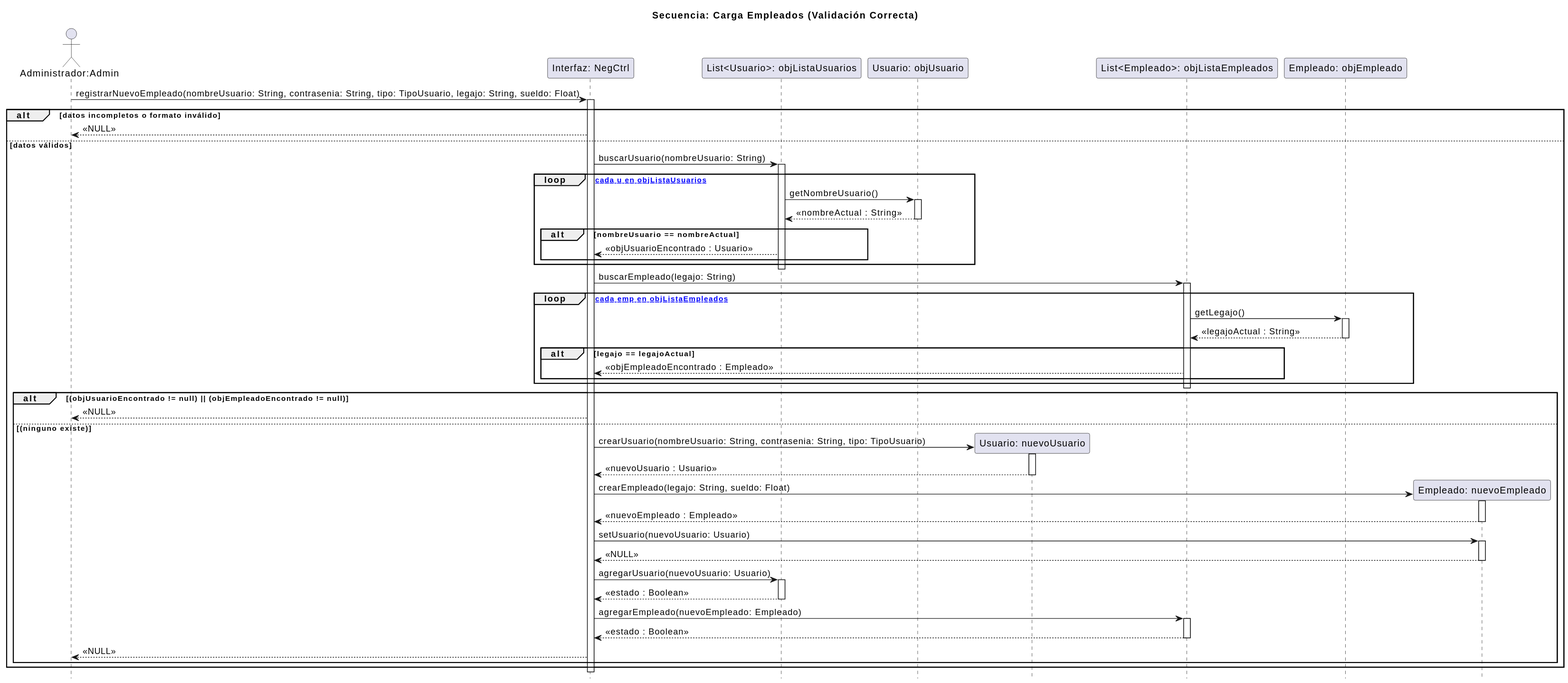
Above: 08 - Diagramas de Secuencia de Diseño/CargaEmpleados/CargaEmpleados.svg in zEzequR/PF-I (PlantUML), before the change.
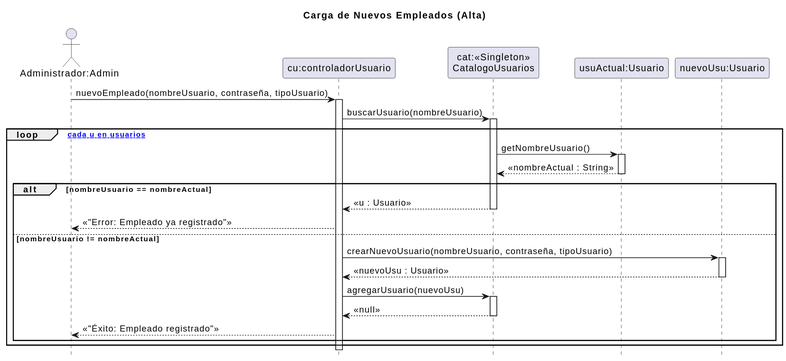
After the change.

Commit message:
Diagrama de diseño-Carga

Change to the diagram source:
```diff
@@ -1,92 +1,51 @@
 @startuml
-title Secuencia: Carga Empleados (Validación Correcta)
+title Carga de Nuevos Empleados (Alta)
 
 hide footbox
 
 actor "Administrador:Admin" as admin
-participant "Interfaz: NegCtrl" as NegCtrl
+participant "cu:controladorUsuario" as ctrl
+participant "cat:<<Singleton>>\nCatalogoUsuarios" as cat
+participant "usuActual:Usuario" as usu_actual
+participant "nuevoUsu:Usuario" as nuevo_usu
 
-participant "List<Usuario>: objListaUsuarios" as listaUser
-participant "Usuario: objUsuario" as user
-participant "Usuario: nuevoUsuario" as newUser
+admin -> ctrl : nuevoEmpleado(nombreUsuario, contraseña, tipoUsuario)
+activate ctrl
 
-participant "List<Empleado>: objListaEmpleados" as listaEmp
-participant "Empleado: objEmpleado" as emp
-participant "Empleado: nuevoEmpleado" as newEmp
+ctrl -> cat : buscarUsuario(nombreUsuario)
+activate cat
 
+loop [para cada u en usuarios]
+    cat -> usu_actual : getNombreUsuario()
+    activate usu_actual
+    usu_actual --> cat : << nombreActual : String >>
+    deactivate usu_actual
 
-admin -> NegCtrl : registrarNuevoEmpleado(nombreUsuario: String, contrasenia: String, tipo: TipoUsuario, legajo: String, sueldo: Float)
-activate NegCtrl
+    alt nombreUsuario == nombreActual
+        cat --> ctrl : << u : Usuario >>
+        deactivate cat
 
-    alt datos incompletos o formato inválido
-        NegCtrl --> admin : <<NULL>>
-    else datos válidos
+        ctrl --> admin : << "Error: Empleado ya registrado" >>
 
-        NegCtrl -> listaUser : buscarUsuario(nombreUsuario: String)
-        activate listaUser
+    else nombreUsuario != nombreActual
 
-        loop [para cada u en objListaUsuarios]
-            listaUser -> user : getNombreUsuario()
-            activate user
-            user --> listaUser : << nombreActual : String >>
-            deactivate user
+        deactivate cat
 
-            alt nombreUsuario == nombreActual
-                listaUser --> NegCtrl : << objUsuarioEncontrado : Usuario >>
-            end
-        end
-        deactivate listaUser
+        ctrl -> nuevo_usu : crearNuevoUsuario(nombreUsuario, contraseña, tipoUsuario)
+        activate nuevo_usu
+        nuevo_usu --> ctrl : << nuevoUsu : Usuario >>
+        deactivate nuevo_usu
 
-        NegCtrl -> listaEmp : buscarEmpleado(legajo: String)
-        activate listaEmp
+        ctrl -> cat : agregarUsuario(nuevoUsu)
+        activate cat
 
-        loop [para cada emp en objListaEmpleados]
-            listaEmp -> emp : getLegajo()
-            activate emp
-            emp --> listaEmp : << legajoActual : String >>
-            deactivate emp
+        cat --> ctrl : << null >>
+        deactivate cat
 
-            alt legajo == legajoActual
-                listaEmp --> NegCtrl : << objEmpleadoEncontrado : Empleado >>
-            end
-        end
-        deactivate listaEmp
-
-        alt (objUsuarioEncontrado != null) || (objEmpleadoEncontrado != null)
-
-            NegCtrl --> admin : <<NULL>>
-
-        else (ninguno existe)
-
-            NegCtrl -> newUser ** : crearUsuario(nombreUsuario: String, contrasenia: String, tipo: TipoUsuario)
-            activate newUser
-            newUser --> NegCtrl : << nuevoUsuario : Usuario >>
-            deactivate newUser
-
-            NegCtrl -> newEmp ** : crearEmpleado(legajo: String, sueldo: Float)
-            activate newEmp
-            newEmp --> NegCtrl : << nuevoEmpleado : Empleado >>
-            deactivate newEmp
-
-            NegCtrl -> newEmp : setUsuario(nuevoUsuario: Usuario)
-            activate newEmp
-            newEmp --> NegCtrl : <<NULL>>
-            deactivate newEmp
-
-            NegCtrl -> listaUser : agregarUsuario(nuevoUsuario: Usuario)
-            activate listaUser
-            listaUser --> NegCtrl : << estado : Boolean >>
-            deactivate listaUser
-
-            NegCtrl -> listaEmp : agregarEmpleado(nuevoEmpleado: Empleado)
-            activate listaEmp
-            listaEmp --> NegCtrl : << estado : Boolean >>
-            deactivate listaEmp
-
-            NegCtrl --> admin : <<NULL>>
-        end
+        ctrl --> admin : << "Éxito: Empleado registrado" >>
 
     end
+end
 
-deactivate NegCtrl
+deactivate ctrl
 @enduml
```
